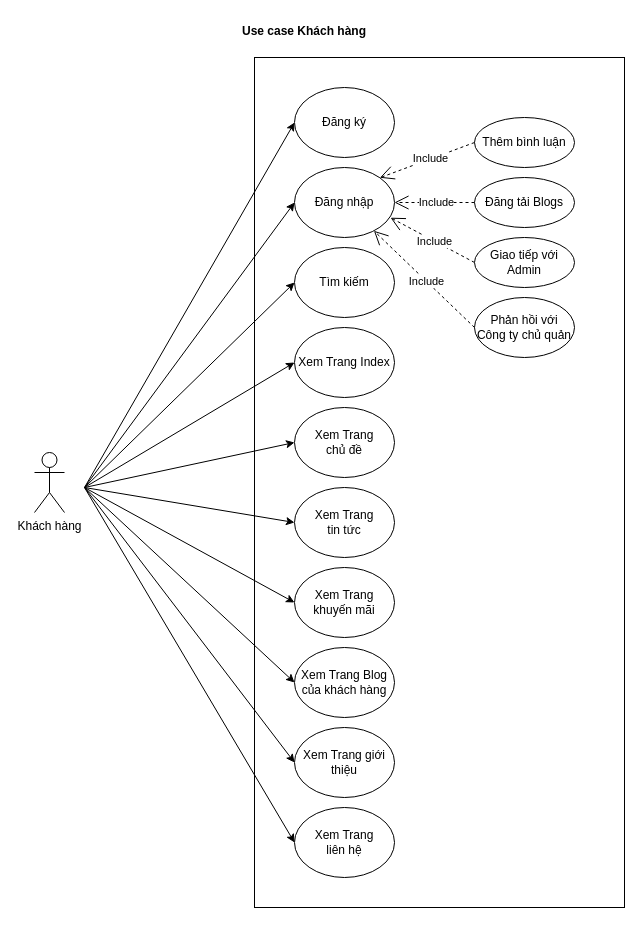
This is Drawio/Use_Case_KH.drawio from LuanMinhNguyen/nhom2thuctapchuyennganh, a draw.io file, before an edit. Source tidied: cells renumbered, new cells numbered last; positions are measured from the earlier drawing's top-left corner, leaving out a move shared by most shapes. Both pictures are drawn from the tidied source at 100%, with x=0, y=0 at pixel (34, 17).
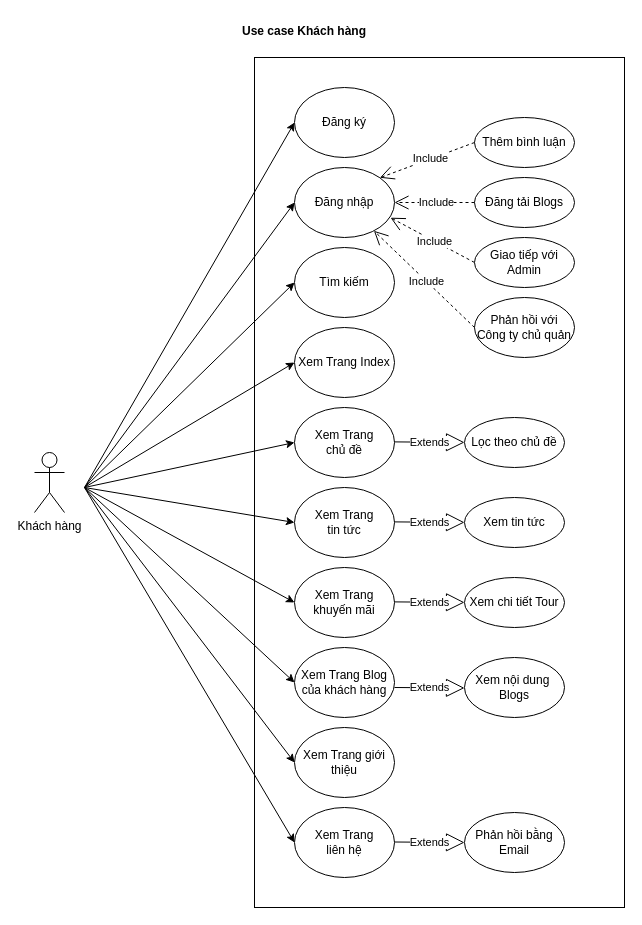
After the change.

Commit message:
Use_Case_KH

Change to the diagram source:
```diff
@@
+    <mxCell id="33" value="Phản hồi bằng Email" style="ellipse;whiteSpace=wrap;html=1;" parent="1" vertex="1">
+      <mxGeometry x="430" y="795" width="100" height="60" as="geometry" />
+    </mxCell>
+    <mxCell id="34" value="Lọc theo chủ đề" style="ellipse;whiteSpace=wrap;html=1;" parent="1" vertex="1">
+      <mxGeometry x="430" y="400" width="100" height="50" as="geometry" />
+    </mxCell>
+    <mxCell id="35" value="Xem tin tức" style="ellipse;whiteSpace=wrap;html=1;" parent="1" vertex="1">
+      <mxGeometry x="430" y="480" width="100" height="50" as="geometry" />
+    </mxCell>
+    <mxCell id="36" value="Xem chi tiết Tour" style="ellipse;whiteSpace=wrap;html=1;" parent="1" vertex="1">
+      <mxGeometry x="430" y="560" width="100" height="50" as="geometry" />
+    </mxCell>
+    <mxCell id="37" value="Xem nội dung&amp;nbsp;&lt;br&gt;Blogs" style="ellipse;whiteSpace=wrap;html=1;" parent="1" vertex="1">
+      <mxGeometry x="430" y="640" width="100" height="60" as="geometry" />
+    </mxCell>
+    <mxCell id="38" value="Extends" style="endArrow=block;endSize=16;endFill=0;html=1;" parent="1" edge="1">
+      <mxGeometry relative="1" as="geometry">
+        <mxPoint x="360" y="670" as="sourcePoint" />
+        <mxPoint x="430" y="670.5" as="targetPoint" />
+      </mxGeometry>
+    </mxCell>
+    <mxCell id="39" value="Extends" style="endArrow=block;endSize=16;endFill=0;html=1;" parent="1" edge="1">
+      <mxGeometry relative="1" as="geometry">
+        <mxPoint x="360" y="824.5" as="sourcePoint" />
+        <mxPoint x="430" y="825" as="targetPoint" />
+      </mxGeometry>
+    </mxCell>
+    <mxCell id="40" value="Extends" style="endArrow=block;endSize=16;endFill=0;html=1;" parent="1" edge="1">
+      <mxGeometry relative="1" as="geometry">
+        <mxPoint x="360" y="424.4" as="sourcePoint" />
+        <mxPoint x="430" y="424.9" as="targetPoint" />
+      </mxGeometry>
+    </mxCell>
+    <mxCell id="41" value="Extends" style="endArrow=block;endSize=16;endFill=0;html=1;" parent="1" edge="1">
+      <mxGeometry relative="1" as="geometry">
+        <mxPoint x="360" y="504.4" as="sourcePoint" />
+        <mxPoint x="430" y="504.9" as="targetPoint" />
+      </mxGeometry>
+    </mxCell>
+    <mxCell id="42" value="Extends" style="endArrow=block;endSize=16;endFill=0;html=1;" parent="1" edge="1">
+      <mxGeometry relative="1" as="geometry">
+        <mxPoint x="360" y="584.4" as="sourcePoint" />
+        <mxPoint x="430" y="584.9" as="targetPoint" />
+      </mxGeometry>
+    </mxCell>
```
